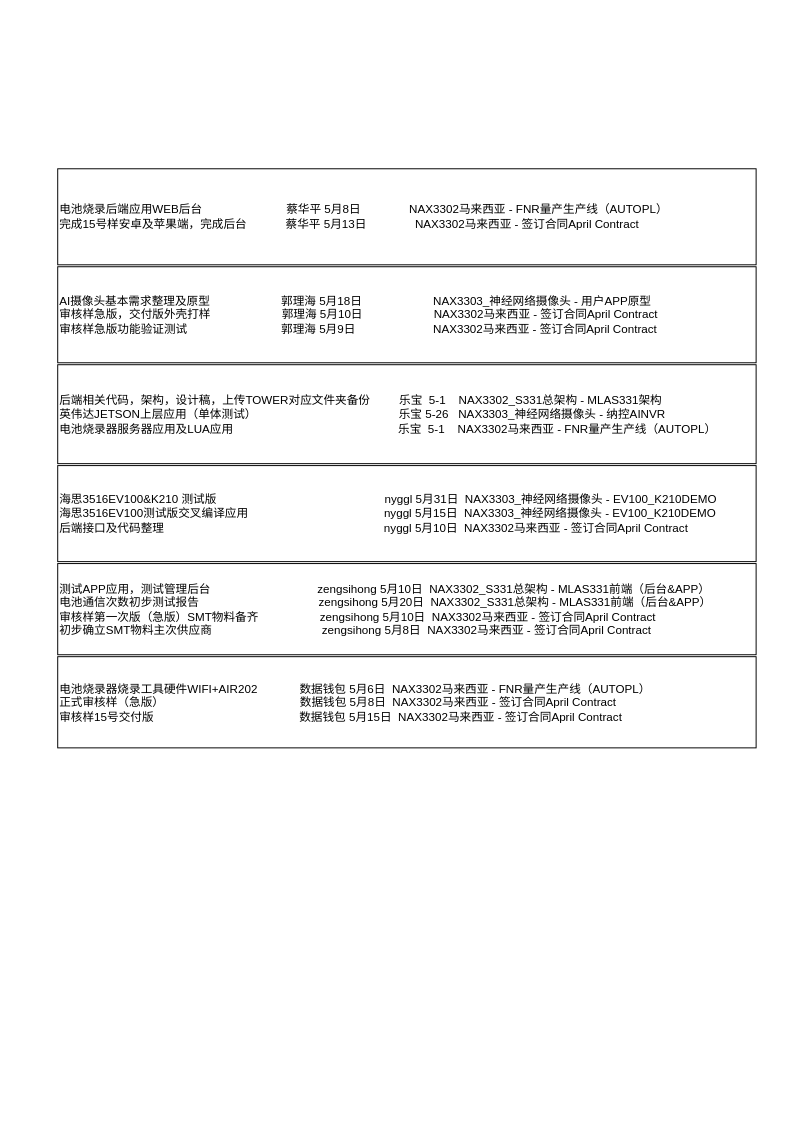
The draw.io diagram NAXCLOWLAB5-15.drawio in svija/pubsub, before the edit. Source tidied: cells renumbered, new cells numbered last; positions are measured from the earlier drawing's top-left corner, leaving out a move shared by most shapes. Both pictures are drawn from the tidied source at 97%, with x=0, y=0 at pixel (57, 169).
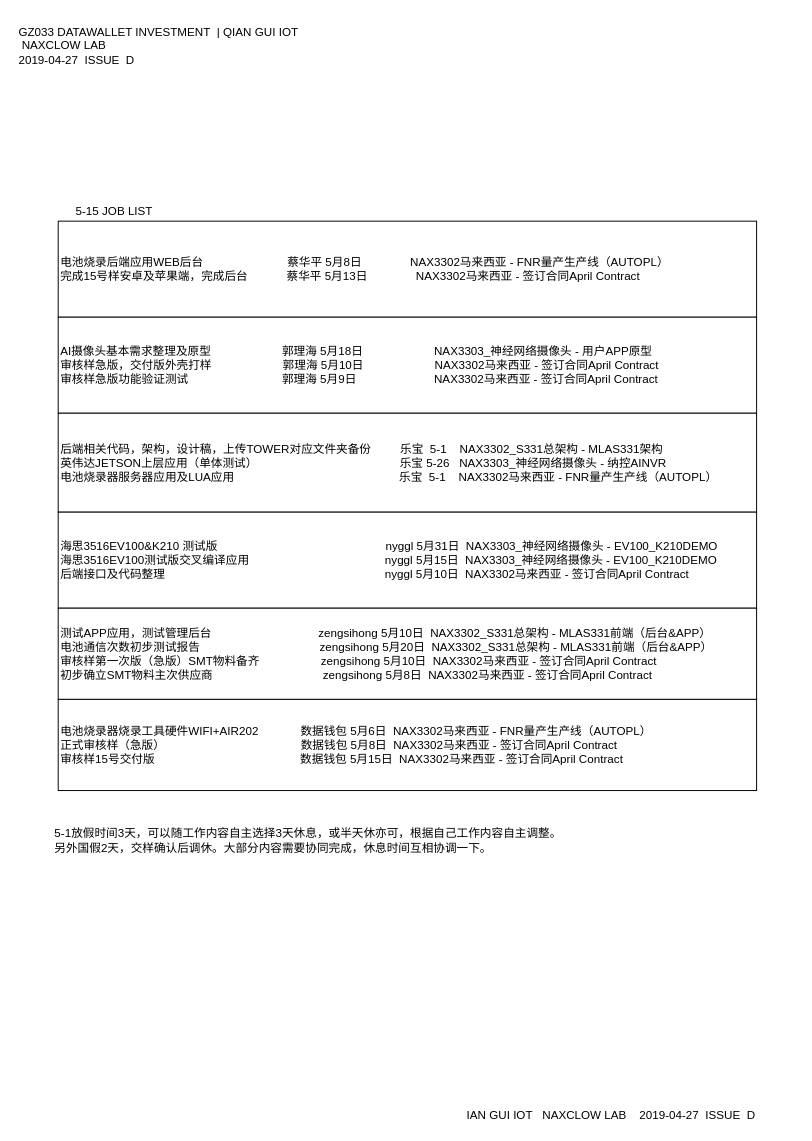
Above is the later version.

Change to the diagram source:
```diff
@@
 <mxGraphModel background="#ffffff">
   <root>
     <mxCell id="0" />
     <mxCell id="1" parent="0" />
+    <mxCell id="8" value="GZ033 DATAWALLET INVESTMENT&amp;nbsp; | QIAN GUI IOT&amp;nbsp; &amp;nbsp;NAXCLOW LAB&amp;nbsp;&lt;br&gt;2019-04-27&amp;nbsp; ISSUE&amp;nbsp; D&lt;br&gt;" style="text;html=1;strokeColor=none;fillColor=none;align=left;verticalAlign=middle;whiteSpace=wrap;rounded=0;" parent="1" vertex="1">
+      <mxGeometry x="-42" y="-157" width="298" height="59" as="geometry" />
+    </mxCell>
+    <mxCell id="9" value="5-1放假时间3天，可以随工作内容自主选择3天休息，或半天休亦可，根据自己工作内容自主调整。&lt;br&gt;另外国假2天，交样确认后调休。大部分内容需要协同完成，休息时间互相协调一下。" style="text;html=1;strokeColor=none;fillColor=none;align=left;verticalAlign=middle;whiteSpace=wrap;rounded=0;" parent="1" vertex="1">
+      <mxGeometry x="-5" y="669" width="721" height="46" as="geometry" />
+    </mxCell>
+    <mxCell id="10" style="group;" parent="1" vertex="1">
+      <mxGeometry x="-9.5" y="33.5" width="730" height="607" as="geometry" />
+    </mxCell>
-    <mxCell id="2" value="&lt;div&gt;电池烧录后端应用WEB后台&amp;nbsp; &amp;nbsp; &amp;nbsp; &amp;nbsp; &amp;nbsp; &amp;nbsp; &amp;nbsp; &amp;nbsp; &amp;nbsp; &amp;nbsp; &amp;nbsp; &amp;nbsp; &amp;nbsp; 蔡华平 5月8日&amp;nbsp; &amp;nbsp; &amp;nbsp; &amp;nbsp; &amp;nbsp; &amp;nbsp; &amp;nbsp; &amp;nbsp;NAX3302马来西亚 - FNR量产生产线（AUTOPL）&lt;/div&gt;&lt;div&gt;完成15号样安卓及苹果端，完成后台&amp;nbsp; &amp;nbsp; &amp;nbsp; &amp;nbsp; &amp;nbsp; &amp;nbsp; 蔡华平 5月13日&amp;nbsp; &amp;nbsp; &amp;nbsp; &amp;nbsp; &amp;nbsp; &amp;nbsp; &amp;nbsp; &amp;nbsp;NAX3302马来西亚 - 签订合同April Contract&lt;/div&gt;" style="rounded=0;whiteSpace=wrap;html=1;align=left;" parent="1" vertex="1">
-      <mxGeometry y="-0.5" width="720" height="99" as="geometry" />
+    <mxCell id="2" value="&lt;div&gt;电池烧录后端应用WEB后台&amp;nbsp; &amp;nbsp; &amp;nbsp; &amp;nbsp; &amp;nbsp; &amp;nbsp; &amp;nbsp; &amp;nbsp; &amp;nbsp; &amp;nbsp; &amp;nbsp; &amp;nbsp; &amp;nbsp; 蔡华平 5月8日&amp;nbsp; &amp;nbsp; &amp;nbsp; &amp;nbsp; &amp;nbsp; &amp;nbsp; &amp;nbsp; &amp;nbsp;NAX3302马来西亚 - FNR量产生产线（AUTOPL）&lt;/div&gt;&lt;div&gt;完成15号样安卓及苹果端，完成后台&amp;nbsp; &amp;nbsp; &amp;nbsp; &amp;nbsp; &amp;nbsp; &amp;nbsp; 蔡华平 5月13日&amp;nbsp; &amp;nbsp; &amp;nbsp; &amp;nbsp; &amp;nbsp; &amp;nbsp; &amp;nbsp; &amp;nbsp;NAX3302马来西亚 - 签订合同April Contract&lt;/div&gt;" style="rounded=0;whiteSpace=wrap;html=1;align=left;" parent="10" vertex="1">
+      <mxGeometry x="10" y="20" width="720" height="99" as="geometry" />
     </mxCell>
-    <mxCell id="3" value="&lt;div&gt;AI摄像头基本需求整理及原型&amp;nbsp; &amp;nbsp; &amp;nbsp; &amp;nbsp; &amp;nbsp; &amp;nbsp; &amp;nbsp; &amp;nbsp; &amp;nbsp; &amp;nbsp; &amp;nbsp; 郭理海 5月18日&amp;nbsp; &amp;nbsp; &amp;nbsp; &amp;nbsp; &amp;nbsp; &amp;nbsp; &amp;nbsp; &amp;nbsp; &amp;nbsp; &amp;nbsp; &amp;nbsp; NAX3303_神经网络摄像头 - 用户APP原型&lt;/div&gt;&lt;div&gt;审核样急版，交付版外壳打样&amp;nbsp; &amp;nbsp; &amp;nbsp; &amp;nbsp; &amp;nbsp; &amp;nbsp; &amp;nbsp; &amp;nbsp; &amp;nbsp; &amp;nbsp; &amp;nbsp; 郭理海 5月10日&amp;nbsp; &amp;nbsp; &amp;nbsp; &amp;nbsp; &amp;nbsp; &amp;nbsp; &amp;nbsp; &amp;nbsp; &amp;nbsp; &amp;nbsp; &amp;nbsp; NAX3302马来西亚 - 签订合同April Contract&lt;/div&gt;&lt;div&gt;审核样急版功能验证测试&amp;nbsp; &amp;nbsp; &amp;nbsp; &amp;nbsp; &amp;nbsp; &amp;nbsp; &amp;nbsp; &amp;nbsp; &amp;nbsp; &amp;nbsp; &amp;nbsp; &amp;nbsp; &amp;nbsp; &amp;nbsp; &amp;nbsp;郭理海 5月9日&amp;nbsp; &amp;nbsp; &amp;nbsp; &amp;nbsp; &amp;nbsp; &amp;nbsp; &amp;nbsp; &amp;nbsp; &amp;nbsp; &amp;nbsp; &amp;nbsp; &amp;nbsp; NAX3302马来西亚 - 签订合同April Contract&lt;/div&gt;" style="rounded=0;whiteSpace=wrap;html=1;align=left;" parent="1" vertex="1">
-      <mxGeometry y="100.5" width="720" height="99" as="geometry" />
+    <mxCell id="3" value="&lt;div&gt;AI摄像头基本需求整理及原型&amp;nbsp; &amp;nbsp; &amp;nbsp; &amp;nbsp; &amp;nbsp; &amp;nbsp; &amp;nbsp; &amp;nbsp; &amp;nbsp; &amp;nbsp; &amp;nbsp; 郭理海 5月18日&amp;nbsp; &amp;nbsp; &amp;nbsp; &amp;nbsp; &amp;nbsp; &amp;nbsp; &amp;nbsp; &amp;nbsp; &amp;nbsp; &amp;nbsp; &amp;nbsp; NAX3303_神经网络摄像头 - 用户APP原型&lt;/div&gt;&lt;div&gt;审核样急版，交付版外壳打样&amp;nbsp; &amp;nbsp; &amp;nbsp; &amp;nbsp; &amp;nbsp; &amp;nbsp; &amp;nbsp; &amp;nbsp; &amp;nbsp; &amp;nbsp; &amp;nbsp; 郭理海 5月10日&amp;nbsp; &amp;nbsp; &amp;nbsp; &amp;nbsp; &amp;nbsp; &amp;nbsp; &amp;nbsp; &amp;nbsp; &amp;nbsp; &amp;nbsp; &amp;nbsp; NAX3302马来西亚 - 签订合同April Contract&lt;/div&gt;&lt;div&gt;审核样急版功能验证测试&amp;nbsp; &amp;nbsp; &amp;nbsp; &amp;nbsp; &amp;nbsp; &amp;nbsp; &amp;nbsp; &amp;nbsp; &amp;nbsp; &amp;nbsp; &amp;nbsp; &amp;nbsp; &amp;nbsp; &amp;nbsp; &amp;nbsp;郭理海 5月9日&amp;nbsp; &amp;nbsp; &amp;nbsp; &amp;nbsp; &amp;nbsp; &amp;nbsp; &amp;nbsp; &amp;nbsp; &amp;nbsp; &amp;nbsp; &amp;nbsp; &amp;nbsp; NAX3302马来西亚 - 签订合同April Contract&lt;/div&gt;" style="rounded=0;whiteSpace=wrap;html=1;align=left;" parent="10" vertex="1">
+      <mxGeometry x="10" y="119" width="720" height="99" as="geometry" />
     </mxCell>
-    <mxCell id="4" value="&lt;div&gt;后端相关代码，架构，设计稿，上传TOWER对应文件夹备份&amp;nbsp; &amp;nbsp; &amp;nbsp; &amp;nbsp; &amp;nbsp;乐宝&amp;nbsp; 5-1&amp;nbsp; &amp;nbsp; NAX3302_S331总架构 - MLAS331架构&lt;/div&gt;&lt;div&gt;英伟达JETSON上层应用（单体测试）&amp;nbsp; &amp;nbsp; &amp;nbsp; &amp;nbsp; &amp;nbsp; &amp;nbsp; &amp;nbsp; &amp;nbsp; &amp;nbsp; &amp;nbsp; &amp;nbsp; &amp;nbsp; &amp;nbsp; &amp;nbsp; &amp;nbsp; &amp;nbsp; &amp;nbsp; &amp;nbsp; &amp;nbsp; &amp;nbsp; &amp;nbsp; &amp;nbsp; 乐宝 5-26&amp;nbsp; &amp;nbsp;NAX3303_神经网络摄像头 - 纳控AINVR&lt;/div&gt;&lt;div&gt;电池烧录器服务器应用及LUA应用&amp;nbsp; &amp;nbsp; &amp;nbsp; &amp;nbsp; &amp;nbsp; &amp;nbsp; &amp;nbsp; &amp;nbsp; &amp;nbsp; &amp;nbsp; &amp;nbsp; &amp;nbsp; &amp;nbsp; &amp;nbsp; &amp;nbsp; &amp;nbsp; &amp;nbsp; &amp;nbsp; &amp;nbsp; &amp;nbsp; &amp;nbsp; &amp;nbsp; &amp;nbsp; &amp;nbsp; &amp;nbsp; &amp;nbsp;乐宝&amp;nbsp; 5-1&amp;nbsp; &amp;nbsp; NAX3302马来西亚 - FNR量产生产线（AUTOPL）&lt;/div&gt;" style="rounded=0;whiteSpace=wrap;html=1;align=left;" parent="1" vertex="1">
-      <mxGeometry y="201.5" width="720" height="102" as="geometry" />
+    <mxCell id="4" value="&lt;div&gt;后端相关代码，架构，设计稿，上传TOWER对应文件夹备份&amp;nbsp; &amp;nbsp; &amp;nbsp; &amp;nbsp; &amp;nbsp;乐宝&amp;nbsp; 5-1&amp;nbsp; &amp;nbsp; NAX3302_S331总架构 - MLAS331架构&lt;/div&gt;&lt;div&gt;英伟达JETSON上层应用（单体测试）&amp;nbsp; &amp;nbsp; &amp;nbsp; &amp;nbsp; &amp;nbsp; &amp;nbsp; &amp;nbsp; &amp;nbsp; &amp;nbsp; &amp;nbsp; &amp;nbsp; &amp;nbsp; &amp;nbsp; &amp;nbsp; &amp;nbsp; &amp;nbsp; &amp;nbsp; &amp;nbsp; &amp;nbsp; &amp;nbsp; &amp;nbsp; &amp;nbsp; 乐宝 5-26&amp;nbsp; &amp;nbsp;NAX3303_神经网络摄像头 - 纳控AINVR&lt;/div&gt;&lt;div&gt;电池烧录器服务器应用及LUA应用&amp;nbsp; &amp;nbsp; &amp;nbsp; &amp;nbsp; &amp;nbsp; &amp;nbsp; &amp;nbsp; &amp;nbsp; &amp;nbsp; &amp;nbsp; &amp;nbsp; &amp;nbsp; &amp;nbsp; &amp;nbsp; &amp;nbsp; &amp;nbsp; &amp;nbsp; &amp;nbsp; &amp;nbsp; &amp;nbsp; &amp;nbsp; &amp;nbsp; &amp;nbsp; &amp;nbsp; &amp;nbsp; &amp;nbsp;乐宝&amp;nbsp; 5-1&amp;nbsp; &amp;nbsp; NAX3302马来西亚 - FNR量产生产线（AUTOPL）&lt;/div&gt;" style="rounded=0;whiteSpace=wrap;html=1;align=left;" parent="10" vertex="1">
+      <mxGeometry x="10" y="218" width="720" height="102" as="geometry" />
     </mxCell>
-    <mxCell id="5" value="&lt;div&gt;海思3516EV100&amp;amp;K210 测试版&amp;nbsp; &amp;nbsp; &amp;nbsp; &amp;nbsp; &amp;nbsp; &amp;nbsp; &amp;nbsp; &amp;nbsp; &amp;nbsp; &amp;nbsp; &amp;nbsp; &amp;nbsp; &amp;nbsp; &amp;nbsp; &amp;nbsp; &amp;nbsp; &amp;nbsp; &amp;nbsp; &amp;nbsp; &amp;nbsp; &amp;nbsp; &amp;nbsp; &amp;nbsp; &amp;nbsp; &amp;nbsp; &amp;nbsp; nyggl 5月31日&amp;nbsp; NAX3303_神经网络摄像头 - EV100_K210DEMO&lt;/div&gt;&lt;div&gt;海思3516EV100测试版交叉编译应用&amp;nbsp; &amp;nbsp; &amp;nbsp; &amp;nbsp; &amp;nbsp; &amp;nbsp; &amp;nbsp; &amp;nbsp; &amp;nbsp; &amp;nbsp; &amp;nbsp; &amp;nbsp; &amp;nbsp; &amp;nbsp; &amp;nbsp; &amp;nbsp; &amp;nbsp; &amp;nbsp; &amp;nbsp; &amp;nbsp; &amp;nbsp; nyggl 5月15日&amp;nbsp; NAX3303_神经网络摄像头 - EV100_K210DEMO&lt;/div&gt;&lt;div&gt;后端接口及代码整理&amp;nbsp; &amp;nbsp; &amp;nbsp; &amp;nbsp; &amp;nbsp; &amp;nbsp; &amp;nbsp; &amp;nbsp; &amp;nbsp; &amp;nbsp; &amp;nbsp; &amp;nbsp; &amp;nbsp; &amp;nbsp; &amp;nbsp; &amp;nbsp; &amp;nbsp; &amp;nbsp; &amp;nbsp; &amp;nbsp; &amp;nbsp; &amp;nbsp; &amp;nbsp; &amp;nbsp; &amp;nbsp; &amp;nbsp; &amp;nbsp; &amp;nbsp; &amp;nbsp; &amp;nbsp; &amp;nbsp; &amp;nbsp; &amp;nbsp; &amp;nbsp; nyggl 5月10日&amp;nbsp; NAX3302马来西亚 - 签订合同April Contract&lt;/div&gt;" style="rounded=0;whiteSpace=wrap;html=1;align=left;" parent="1" vertex="1">
-      <mxGeometry y="305.5" width="720" height="99" as="geometry" />
+    <mxCell id="5" value="&lt;div&gt;海思3516EV100&amp;amp;K210 测试版&amp;nbsp; &amp;nbsp; &amp;nbsp; &amp;nbsp; &amp;nbsp; &amp;nbsp; &amp;nbsp; &amp;nbsp; &amp;nbsp; &amp;nbsp; &amp;nbsp; &amp;nbsp; &amp;nbsp; &amp;nbsp; &amp;nbsp; &amp;nbsp; &amp;nbsp; &amp;nbsp; &amp;nbsp; &amp;nbsp; &amp;nbsp; &amp;nbsp; &amp;nbsp; &amp;nbsp; &amp;nbsp; &amp;nbsp; nyggl 5月31日&amp;nbsp; NAX3303_神经网络摄像头 - EV100_K210DEMO&lt;/div&gt;&lt;div&gt;海思3516EV100测试版交叉编译应用&amp;nbsp; &amp;nbsp; &amp;nbsp; &amp;nbsp; &amp;nbsp; &amp;nbsp; &amp;nbsp; &amp;nbsp; &amp;nbsp; &amp;nbsp; &amp;nbsp; &amp;nbsp; &amp;nbsp; &amp;nbsp; &amp;nbsp; &amp;nbsp; &amp;nbsp; &amp;nbsp; &amp;nbsp; &amp;nbsp; &amp;nbsp; nyggl 5月15日&amp;nbsp; NAX3303_神经网络摄像头 - EV100_K210DEMO&lt;/div&gt;&lt;div&gt;后端接口及代码整理&amp;nbsp; &amp;nbsp; &amp;nbsp; &amp;nbsp; &amp;nbsp; &amp;nbsp; &amp;nbsp; &amp;nbsp; &amp;nbsp; &amp;nbsp; &amp;nbsp; &amp;nbsp; &amp;nbsp; &amp;nbsp; &amp;nbsp; &amp;nbsp; &amp;nbsp; &amp;nbsp; &amp;nbsp; &amp;nbsp; &amp;nbsp; &amp;nbsp; &amp;nbsp; &amp;nbsp; &amp;nbsp; &amp;nbsp; &amp;nbsp; &amp;nbsp; &amp;nbsp; &amp;nbsp; &amp;nbsp; &amp;nbsp; &amp;nbsp; &amp;nbsp; nyggl 5月10日&amp;nbsp; NAX3302马来西亚 - 签订合同April Contract&lt;/div&gt;" style="rounded=0;whiteSpace=wrap;html=1;align=left;" parent="10" vertex="1">
+      <mxGeometry x="10" y="320" width="720" height="99" as="geometry" />
     </mxCell>
-    <mxCell id="6" value="&lt;div&gt;测试APP应用，测试管理后台&amp;nbsp; &amp;nbsp; &amp;nbsp; &amp;nbsp; &amp;nbsp; &amp;nbsp; &amp;nbsp; &amp;nbsp; &amp;nbsp; &amp;nbsp; &amp;nbsp; &amp;nbsp; &amp;nbsp; &amp;nbsp; &amp;nbsp; &amp;nbsp; &amp;nbsp;zengsihong 5月10日&amp;nbsp; NAX3302_S331总架构 - MLAS331前端（后台&amp;amp;APP）&lt;/div&gt;&lt;div&gt;电池通信次数初步测试报告&amp;nbsp; &amp;nbsp; &amp;nbsp; &amp;nbsp; &amp;nbsp; &amp;nbsp; &amp;nbsp; &amp;nbsp; &amp;nbsp; &amp;nbsp; &amp;nbsp; &amp;nbsp; &amp;nbsp; &amp;nbsp; &amp;nbsp; &amp;nbsp; &amp;nbsp; &amp;nbsp; &amp;nbsp;zengsihong 5月20日&amp;nbsp; NAX3302_S331总架构 - MLAS331前端（后台&amp;amp;APP）&lt;/div&gt;&lt;div&gt;审核样第一次版（急版）SMT物料备齐&amp;nbsp; &amp;nbsp; &amp;nbsp; &amp;nbsp; &amp;nbsp; &amp;nbsp; &amp;nbsp; &amp;nbsp; &amp;nbsp; &amp;nbsp;zengsihong 5月10日&amp;nbsp; NAX3302马来西亚 - 签订合同April Contract&lt;/div&gt;&lt;div&gt;初步确立SMT物料主次供应商&amp;nbsp; &amp;nbsp; &amp;nbsp; &amp;nbsp; &amp;nbsp; &amp;nbsp; &amp;nbsp; &amp;nbsp; &amp;nbsp; &amp;nbsp; &amp;nbsp; &amp;nbsp; &amp;nbsp; &amp;nbsp; &amp;nbsp; &amp;nbsp; &amp;nbsp; zengsihong 5月8日&amp;nbsp; NAX3302马来西亚 - 签订合同April Contract&lt;/div&gt;" style="rounded=0;whiteSpace=wrap;html=1;align=left;" parent="1" vertex="1">
-      <mxGeometry y="406.5" width="720" height="94" as="geometry" />
+    <mxCell id="6" value="&lt;div&gt;测试APP应用，测试管理后台&amp;nbsp; &amp;nbsp; &amp;nbsp; &amp;nbsp; &amp;nbsp; &amp;nbsp; &amp;nbsp; &amp;nbsp; &amp;nbsp; &amp;nbsp; &amp;nbsp; &amp;nbsp; &amp;nbsp; &amp;nbsp; &amp;nbsp; &amp;nbsp; &amp;nbsp;zengsihong 5月10日&amp;nbsp; NAX3302_S331总架构 - MLAS331前端（后台&amp;amp;APP）&lt;/div&gt;&lt;div&gt;电池通信次数初步测试报告&amp;nbsp; &amp;nbsp; &amp;nbsp; &amp;nbsp; &amp;nbsp; &amp;nbsp; &amp;nbsp; &amp;nbsp; &amp;nbsp; &amp;nbsp; &amp;nbsp; &amp;nbsp; &amp;nbsp; &amp;nbsp; &amp;nbsp; &amp;nbsp; &amp;nbsp; &amp;nbsp; &amp;nbsp;zengsihong 5月20日&amp;nbsp; NAX3302_S331总架构 - MLAS331前端（后台&amp;amp;APP）&lt;/div&gt;&lt;div&gt;审核样第一次版（急版）SMT物料备齐&amp;nbsp; &amp;nbsp; &amp;nbsp; &amp;nbsp; &amp;nbsp; &amp;nbsp; &amp;nbsp; &amp;nbsp; &amp;nbsp; &amp;nbsp;zengsihong 5月10日&amp;nbsp; NAX3302马来西亚 - 签订合同April Contract&lt;/div&gt;&lt;div&gt;初步确立SMT物料主次供应商&amp;nbsp; &amp;nbsp; &amp;nbsp; &amp;nbsp; &amp;nbsp; &amp;nbsp; &amp;nbsp; &amp;nbsp; &amp;nbsp; &amp;nbsp; &amp;nbsp; &amp;nbsp; &amp;nbsp; &amp;nbsp; &amp;nbsp; &amp;nbsp; &amp;nbsp; zengsihong 5月8日&amp;nbsp; NAX3302马来西亚 - 签订合同April Contract&lt;/div&gt;" style="rounded=0;whiteSpace=wrap;html=1;align=left;" parent="10" vertex="1">
+      <mxGeometry x="10" y="419" width="720" height="94" as="geometry" />
     </mxCell>
-    <mxCell id="7" value="&lt;div&gt;电池烧录器烧录工具硬件WIFI+AIR202&amp;nbsp; &amp;nbsp; &amp;nbsp; &amp;nbsp; &amp;nbsp; &amp;nbsp; &amp;nbsp;数据钱包 5月6日&amp;nbsp; NAX3302马来西亚 - FNR量产生产线（AUTOPL）&lt;/div&gt;&lt;div&gt;正式审核样（急版）&amp;nbsp; &amp;nbsp; &amp;nbsp; &amp;nbsp; &amp;nbsp; &amp;nbsp; &amp;nbsp; &amp;nbsp; &amp;nbsp; &amp;nbsp; &amp;nbsp; &amp;nbsp; &amp;nbsp; &amp;nbsp; &amp;nbsp; &amp;nbsp; &amp;nbsp; &amp;nbsp; &amp;nbsp; &amp;nbsp; &amp;nbsp; 数据钱包 5月8日&amp;nbsp; NAX3302马来西亚 - 签订合同April Contract&lt;/div&gt;&lt;div&gt;审核样15号交付版&amp;nbsp; &amp;nbsp; &amp;nbsp; &amp;nbsp; &amp;nbsp; &amp;nbsp; &amp;nbsp; &amp;nbsp; &amp;nbsp; &amp;nbsp; &amp;nbsp; &amp;nbsp; &amp;nbsp; &amp;nbsp; &amp;nbsp; &amp;nbsp; &amp;nbsp; &amp;nbsp; &amp;nbsp; &amp;nbsp; &amp;nbsp; &amp;nbsp; &amp;nbsp;数据钱包 5月15日&amp;nbsp; NAX3302马来西亚 - 签订合同April Contract&lt;/div&gt;" style="rounded=0;whiteSpace=wrap;html=1;align=left;" parent="1" vertex="1">
-      <mxGeometry y="502.5" width="720" height="94" as="geometry" />
+    <mxCell id="7" value="&lt;div&gt;电池烧录器烧录工具硬件WIFI+AIR202&amp;nbsp; &amp;nbsp; &amp;nbsp; &amp;nbsp; &amp;nbsp; &amp;nbsp; &amp;nbsp;数据钱包 5月6日&amp;nbsp; NAX3302马来西亚 - FNR量产生产线（AUTOPL）&lt;/div&gt;&lt;div&gt;正式审核样（急版）&amp;nbsp; &amp;nbsp; &amp;nbsp; &amp;nbsp; &amp;nbsp; &amp;nbsp; &amp;nbsp; &amp;nbsp; &amp;nbsp; &amp;nbsp; &amp;nbsp; &amp;nbsp; &amp;nbsp; &amp;nbsp; &amp;nbsp; &amp;nbsp; &amp;nbsp; &amp;nbsp; &amp;nbsp; &amp;nbsp; &amp;nbsp; 数据钱包 5月8日&amp;nbsp; NAX3302马来西亚 - 签订合同April Contract&lt;/div&gt;&lt;div&gt;审核样15号交付版&amp;nbsp; &amp;nbsp; &amp;nbsp; &amp;nbsp; &amp;nbsp; &amp;nbsp; &amp;nbsp; &amp;nbsp; &amp;nbsp; &amp;nbsp; &amp;nbsp; &amp;nbsp; &amp;nbsp; &amp;nbsp; &amp;nbsp; &amp;nbsp; &amp;nbsp; &amp;nbsp; &amp;nbsp; &amp;nbsp; &amp;nbsp; &amp;nbsp; &amp;nbsp;数据钱包 5月15日&amp;nbsp; NAX3302马来西亚 - 签订合同April Contract&lt;/div&gt;" style="rounded=0;whiteSpace=wrap;html=1;align=left;" parent="10" vertex="1">
+      <mxGeometry x="10" y="513" width="720" height="94" as="geometry" />
     </mxCell>
+    <mxCell id="11" value="5-15 JOB LIST" style="text;html=1;strokeColor=none;fillColor=none;align=center;verticalAlign=middle;whiteSpace=wrap;rounded=0;" parent="10" vertex="1">
+      <mxGeometry width="135" height="20" as="geometry" />
+    </mxCell>
+    <mxCell id="12" value="IAN GUI IOT&amp;nbsp; &amp;nbsp;NAXCLOW LAB&amp;nbsp; &amp;nbsp; 2019-04-27&amp;nbsp; ISSUE&amp;nbsp; D&lt;br&gt;" style="text;html=1;strokeColor=none;fillColor=none;align=left;verticalAlign=middle;whiteSpace=wrap;rounded=0;" parent="1" vertex="1">
+      <mxGeometry x="420" y="966" width="341" height="19" as="geometry" />
+    </mxCell>
   </root>
 </mxGraphModel>
```
